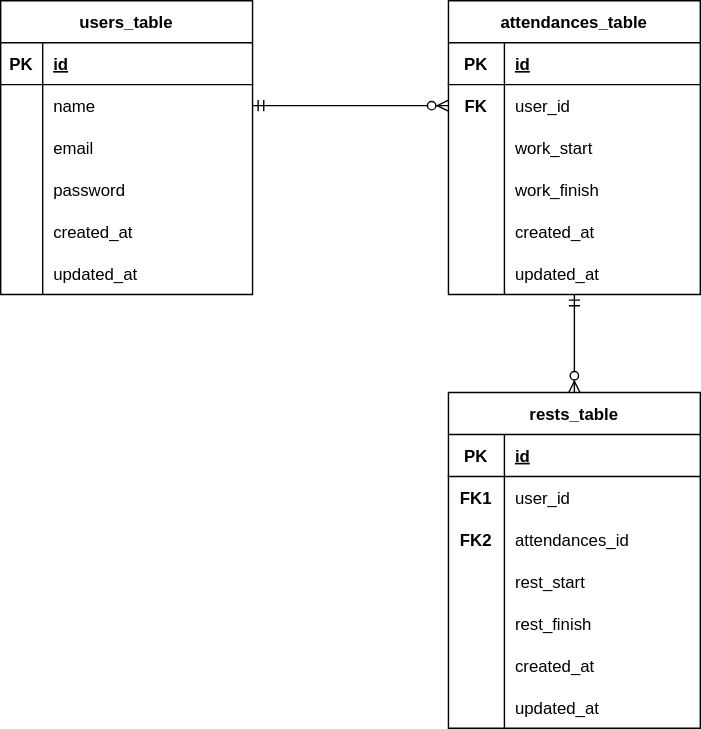
Earlier version of the draw.io export ER_Atte_tables.drawio.svg (MiyokoNakada/20240423_mockcase-entry). Source tidied: cells renumbered, new cells last; positions are measured from the earlier drawing's top-left corner, leaving out a move shared by most shapes.
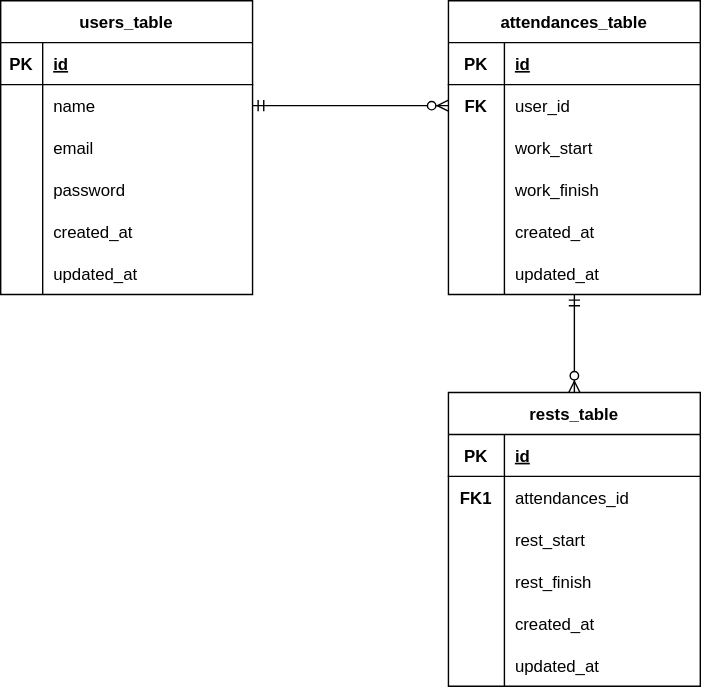
Above is the later version.

What changed in the source:
```diff
@@ -120,7 +120,7 @@
       <mxGeometry x="325" y="60" width="30" height="30" as="geometry" />
     </mxCell>
     <mxCell id="41" value="rests_table" style="shape=table;startSize=30;rowLines=0;fontStyle=1;align=center;" parent="1" vertex="1">
-      <mxGeometry x="320" y="280" width="180" height="240" as="geometry" />
+      <mxGeometry x="320" y="280" width="180" height="210" as="geometry" />
     </mxCell>
     <mxCell id="42" style="shape=tableRow;horizontal=0;startSize=0;swimlaneHead=0;swimlaneBody=0;fillColor=none;top=0;left=0;right=0;bottom=1;" parent="41" vertex="1">
       <mxGeometry y="30" width="180" height="30" as="geometry" />
@@ -131,17 +131,8 @@
     <mxCell id="44" value="id" style="shape=partialRectangle;fillColor=none;top=0;left=0;bottom=0;right=0;align=left;spacingLeft=6;fontStyle=5;overflow=hidden;" parent="42" vertex="1">
       <mxGeometry x="40" width="140" height="30" as="geometry" />
     </mxCell>
-    <mxCell id="45" style="shape=tableRow;horizontal=0;startSize=0;swimlaneHead=0;swimlaneBody=0;fillColor=none;top=0;left=0;right=0;bottom=0;" parent="41" vertex="1">
-      <mxGeometry y="60" width="180" height="30" as="geometry" />
-    </mxCell>
-    <mxCell id="46" style="shape=partialRectangle;fillColor=none;top=0;left=0;bottom=0;right=0;overflow=hidden;" parent="45" vertex="1">
-      <mxGeometry width="40" height="30" as="geometry" />
-    </mxCell>
-    <mxCell id="47" value="user_id" style="shape=partialRectangle;fillColor=none;top=0;left=0;bottom=0;right=0;align=left;spacingLeft=6;overflow=hidden;" parent="45" vertex="1">
-      <mxGeometry x="40" width="140" height="30" as="geometry" />
-    </mxCell>
     <mxCell id="48" style="shape=tableRow;horizontal=0;startSize=0;swimlaneHead=0;swimlaneBody=0;fillColor=none;top=0;left=0;right=0;bottom=0;" parent="41" vertex="1">
-      <mxGeometry y="90" width="180" height="30" as="geometry" />
+      <mxGeometry y="60" width="180" height="30" as="geometry" />
     </mxCell>
     <mxCell id="49" style="shape=partialRectangle;fillColor=none;top=0;left=0;bottom=0;right=0;overflow=hidden;" parent="48" vertex="1">
       <mxGeometry width="40" height="30" as="geometry" />
@@ -150,7 +141,7 @@
       <mxGeometry x="40" width="140" height="30" as="geometry" />
     </mxCell>
     <mxCell id="51" style="shape=tableRow;horizontal=0;startSize=0;swimlaneHead=0;swimlaneBody=0;fillColor=none;top=0;left=0;right=0;bottom=0;" parent="41" vertex="1">
-      <mxGeometry y="120" width="180" height="30" as="geometry" />
+      <mxGeometry y="90" width="180" height="30" as="geometry" />
     </mxCell>
     <mxCell id="52" style="shape=partialRectangle;fillColor=none;top=0;left=0;bottom=0;right=0;overflow=hidden;" parent="51" vertex="1">
       <mxGeometry width="40" height="30" as="geometry" />
@@ -159,7 +150,7 @@
       <mxGeometry x="40" width="140" height="30" as="geometry" />
     </mxCell>
     <mxCell id="54" style="shape=tableRow;horizontal=0;startSize=0;swimlaneHead=0;swimlaneBody=0;fillColor=none;top=0;left=0;right=0;bottom=0;" parent="41" vertex="1">
-      <mxGeometry y="150" width="180" height="30" as="geometry" />
+      <mxGeometry y="120" width="180" height="30" as="geometry" />
     </mxCell>
     <mxCell id="55" style="shape=partialRectangle;fillColor=none;top=0;left=0;bottom=0;right=0;overflow=hidden;" parent="54" vertex="1">
       <mxGeometry width="40" height="30" as="geometry" />
@@ -168,7 +159,7 @@
       <mxGeometry x="40" width="140" height="30" as="geometry" />
     </mxCell>
     <mxCell id="57" style="shape=tableRow;horizontal=0;startSize=0;swimlaneHead=0;swimlaneBody=0;fillColor=none;top=0;left=0;right=0;bottom=0;" parent="41" vertex="1">
-      <mxGeometry y="180" width="180" height="30" as="geometry" />
+      <mxGeometry y="150" width="180" height="30" as="geometry" />
     </mxCell>
     <mxCell id="58" style="shape=partialRectangle;fillColor=none;top=0;left=0;bottom=0;right=0;overflow=hidden;" parent="57" vertex="1">
       <mxGeometry width="40" height="30" as="geometry" />
@@ -177,7 +168,7 @@
       <mxGeometry x="40" width="140" height="30" as="geometry" />
     </mxCell>
     <mxCell id="60" style="shape=tableRow;horizontal=0;startSize=0;swimlaneHead=0;swimlaneBody=0;fillColor=none;top=0;left=0;right=0;bottom=0;" parent="41" vertex="1">
-      <mxGeometry y="210" width="180" height="30" as="geometry" />
+      <mxGeometry y="180" width="180" height="30" as="geometry" />
     </mxCell>
     <mxCell id="61" style="shape=partialRectangle;fillColor=none;top=0;left=0;bottom=0;right=0;overflow=hidden;" parent="60" vertex="1">
       <mxGeometry width="40" height="30" as="geometry" />
@@ -188,9 +179,6 @@
     <mxCell id="63" value="FK1" style="shape=partialRectangle;fillColor=none;top=0;left=0;bottom=0;right=0;fontStyle=1;overflow=hidden;" parent="1" vertex="1">
       <mxGeometry x="325" y="340" width="30" height="30" as="geometry" />
     </mxCell>
-    <mxCell id="64" value="FK2" style="shape=partialRectangle;fillColor=none;top=0;left=0;bottom=0;right=0;fontStyle=1;overflow=hidden;" parent="1" vertex="1">
-      <mxGeometry x="325" y="370" width="30" height="30" as="geometry" />
-    </mxCell>
     <mxCell id="65" style="edgeStyle=entityRelationEdgeStyle;fontSize=12;html=1;endArrow=ERzeroToMany;startArrow=ERmandOne;exitX=1;exitY=0.5;exitDx=0;exitDy=0;entryX=0;entryY=0.5;entryDx=0;entryDy=0;" parent="1" edge="1" source="6" target="25">
       <mxGeometry relative="1" as="geometry" />
     </mxCell>
```
